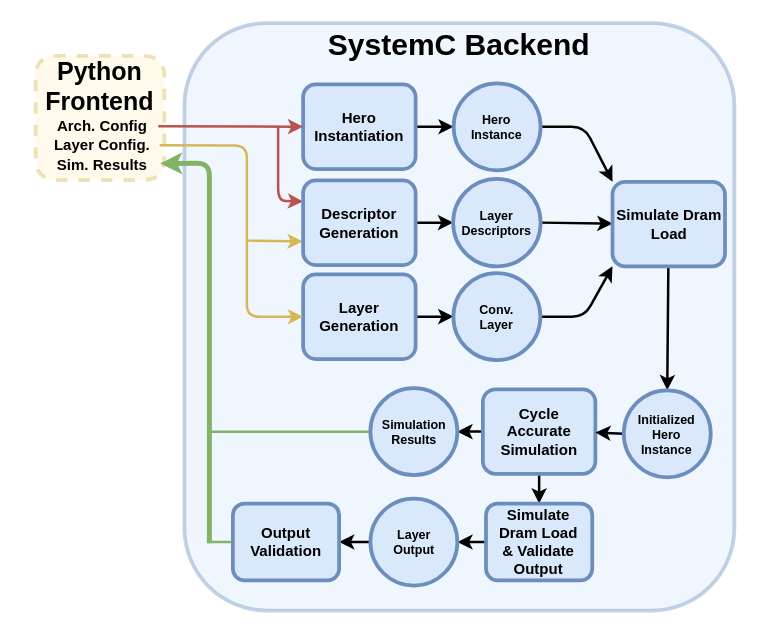
Before: FigSource/hero-sim-backend.drawio in asultan123/MSPaper, a draw.io diagram. Source tidied: cells renumbered, new cells numbered last; positions are measured from the earlier drawing's top-left corner, leaving out a move shared by most shapes. Both pictures are drawn from the tidied source at 125%, with x=0, y=0 at pixel (21, 22).
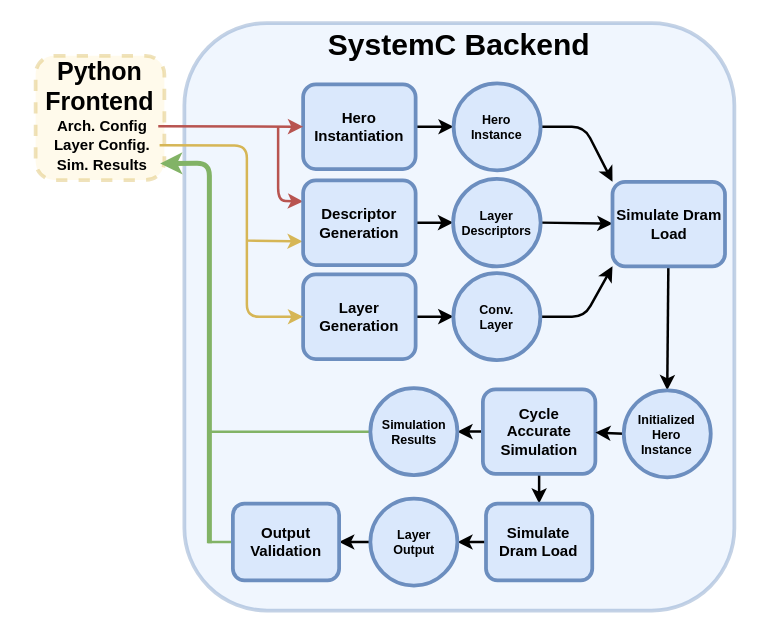
The same diagram, later.

What changed in the source:
```diff
@@
-    <mxCell id="33" value="Simulate &lt;br&gt;Dram Load&lt;br&gt;&amp;amp; Validate Output" style="rounded=1;whiteSpace=wrap;html=1;fillColor=#dae8fc;strokeColor=#6c8ebf;glass=0;strokeWidth=3;verticalAlign=middle;fontStyle=1;fontSize=12;" parent="1" vertex="1">
+    <mxCell id="33" value="Simulate &lt;br&gt;Dram Load" style="rounded=1;whiteSpace=wrap;html=1;fillColor=#dae8fc;strokeColor=#6c8ebf;glass=0;strokeWidth=3;verticalAlign=middle;fontStyle=1;fontSize=12;" parent="1" vertex="1">
       <mxGeometry x="371.3" y="384.3" width="85" height="61.5" as="geometry" />
     </mxCell>
```
